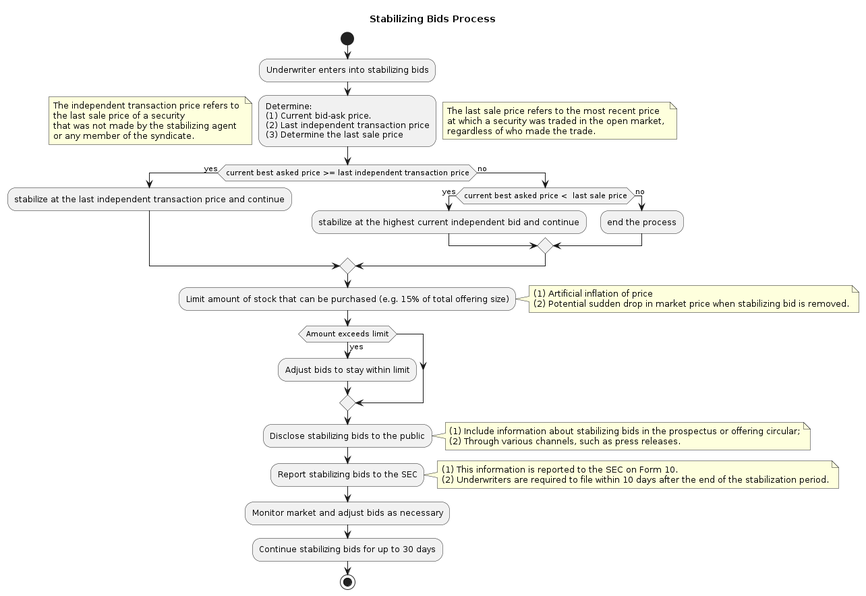
Earlier version of the PlantUML export 57/stabilizing-bids.png (ppatoria/SIE).
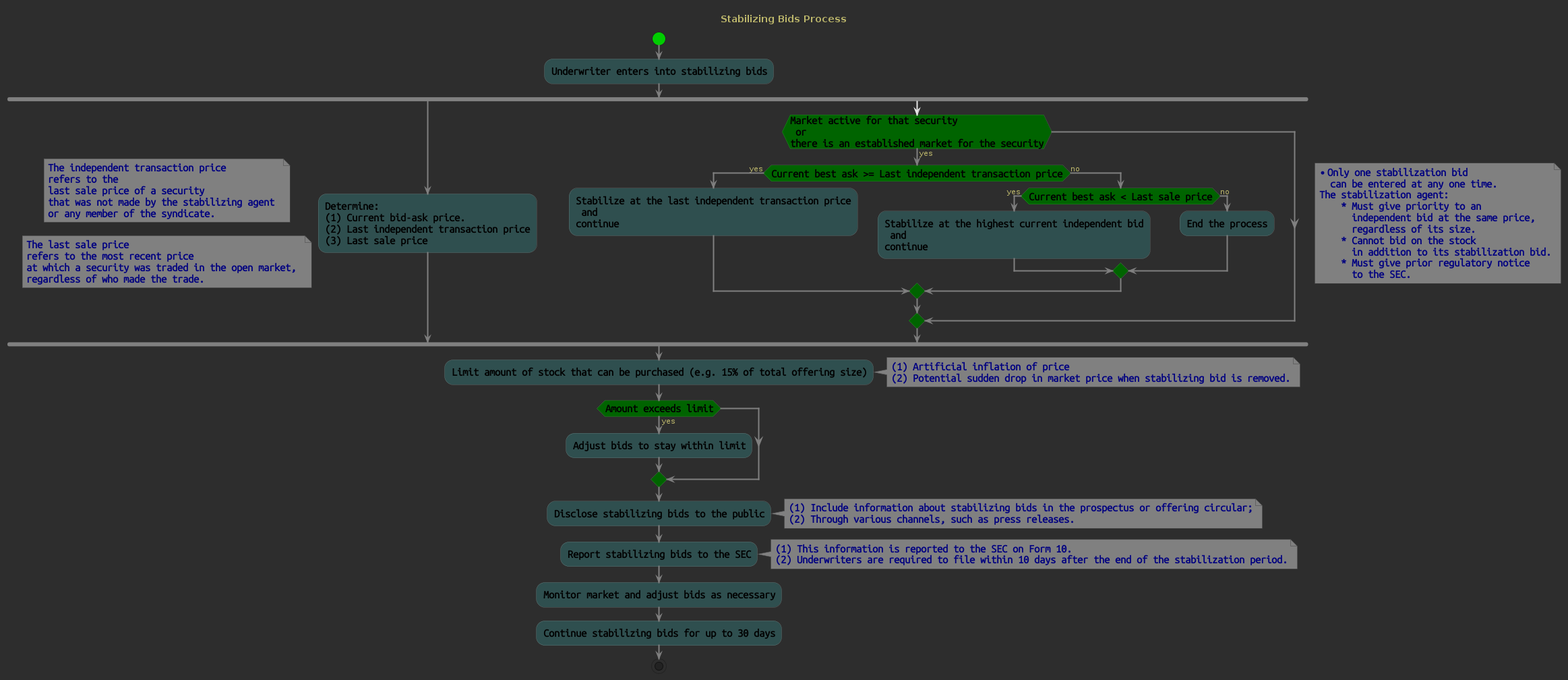
After the change.

Diff of the diagram source:
```diff
@@ -1,31 +1,91 @@
 @startuml
-!theme _none_
+!define DarkBackground #2D2D2D
+!define LightGreen #00CC00
+!define LightRed #FF6666
+!define LightBlue #3399FF
+!define LightYellow #FFFF66
+!define LightPurple #CC99FF
+!define LightOrange #FF9933
+!define LightGray #E6E6E6
+!define DarkGray #444444
+
+
+skinparam backgroundColor DarkBackground
+skinparam defaultFontColor DarkKhaki
+
+skinparam note {
+    BackgroundColor Grey
+    BorderColor DarkGray
+    FontColor Navy
+    fontstyle bold
+    FontSize 15
+    FontName "Ubuntu Mono"
+}
+
+skinparam {
+    ActivityBackgroundColor DarkSlateGray
+    ActivityBarColor Grey
+    ActivityBorderColor LightGray
+    ActivityBorderThickness 0
+    ActivityFontColor Black
+    ActivityFontName "Ubuntu Mono"
+    ActivityFontSize 15
+    ActivityFontStyle bold
+    ActivityDiamondBackgroundColor DarkGreen
+    ActivityDiamondBorderColor Lightgreen
+    ActivityDiamondFontColor Black
+    ActivityDiamondFontName "Ubuntu Mono"
+    ActivityDiamondFontSize 15
+    ActivityDiamondFontStyle bold
+    ActivityArrowColor Grey
+    ActivityArrowThickness 2
+    ActivityStartColor LightGreen
+    ActivityEndColor LightRed
+}
+
 title Stabilizing Bids Process
 
 start
-:Underwriter enters into stabilizing bids;
-:Determine:\n(1) Current bid-ask price.\n(2) Last independent transaction price\n(3) Determine the last sale price;
-note left: The independent transaction price refers to \nthe last sale price of a security \nthat was not made by the stabilizing agent \nor any member of the syndicate.
-note right: The last sale price refers to the most recent price \nat which a security was traded in the open market, \nregardless of who made the trade.
-if(current best asked price >= last independent transaction price) then (yes)
-:stabilize at the last independent transaction price and continue;
-else(no)
-if (current best asked price <  last sale price) then (yes)
-:stabilize at the highest current independent bid and continue;
-else(no)
-:end the process;
-endif
-endif
-:Limit amount of stock that can be purchased (e.g. 15% of total offering size);
-note right: (1) Artificial inflation of price \n(2) Potential sudden drop in market price when stabilizing bid is removed.
-if (Amount exceeds limit) then (yes)
-:Adjust bids to stay within limit;
-endif
-:Disclose stabilizing bids to the public;
-note right: (1) Include information about stabilizing bids in the prospectus or offering circular;\n(2) Through various channels, such as press releases.
-:Report stabilizing bids to the SEC;
-note right: (1) This information is reported to the SEC on Form 10.\n(2) Underwriters are required to file within 10 days after the end of the stabilization period.
-:Monitor market and adjust bids as necessary;
-:Continue stabilizing bids for up to 30 days;
+    :Underwriter enters into stabilizing bids;
+    fork
+        :Determine:\n(1) Current bid-ask price.\n(2) Last independent transaction price\n(3) Last sale price;
+        note left: The independent transaction price \nrefers to the \nlast sale price of a security \nthat was not made by the stabilizing agent \nor any member of the syndicate.
+        note left: The last sale price \nrefers to the most recent price \nat which a security was traded in the open market, \nregardless of who made the trade.
+    fork again
+        if (Market active for that security\n or \nthere is an established market for the security) then (yes)
+            if (Current best ask >= Last independent transaction price) then (yes)
+                :Stabilize at the last independent transaction price\n and \ncontinue;
+            else (no)
+                if (Current best ask < Last sale price) then (yes)
+                    :Stabilize at the highest current independent bid\n and \ncontinue;
+                else (no)
+                    :End the process;
+                endif
+            endif
+        endif
+    endfork
+        note right
+        * Only one stabilization bid
+          can be entered at any one time.
+        The stabilization agent:
+            * Must give priority to an
+              independent bid at the same price,
+              regardless of its size.
+            * Cannot bid on the stock
+              in addition to its stabilization bid.
+            * Must give prior regulatory notice
+              to the SEC.
+        end note
+    :Limit amount of stock that can be purchased (e.g. 15% of total offering size);
+        note right: (1) Artificial inflation of price \n(2) Potential sudden drop in market price when stabilizing bid is removed.
+    if (Amount exceeds limit) then (yes)
+        :Adjust bids to stay within limit;
+    endif
+    :Disclose stabilizing bids to the public;
+        note right: (1) Include information about stabilizing bids in the prospectus or offering circular;\n(2) Through various channels, such as press releases.
+    :Report stabilizing bids to the SEC;
+        note right: (1) This information is reported to the SEC on Form 10.\n(2) Underwriters are required to file within 10 days after the end of the stabilization period.
+    :Monitor market and adjust bids as necessary;
+    :Continue stabilizing bids for up to 30 days;
 stop
 @enduml
```
